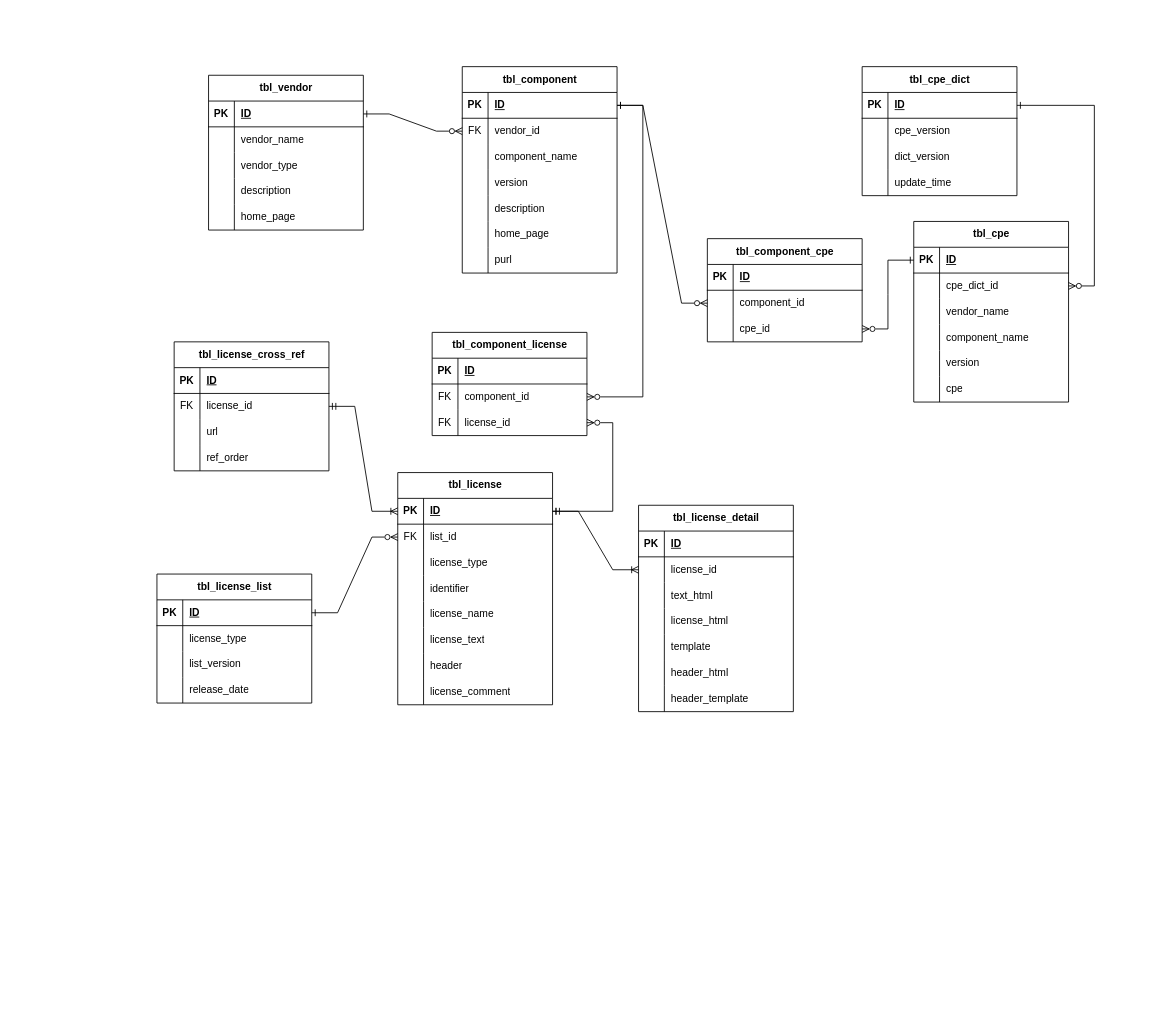
Above: sbom.drawio in twingao/flowchart (draw.io), before the change. Source tidied: cells renumbered, new cells numbered last; positions are measured from the earlier drawing's top-left corner, leaving out a move shared by most shapes. Both pictures are drawn from the tidied source at 86%, with x=0, y=0 at pixel (157, 66).
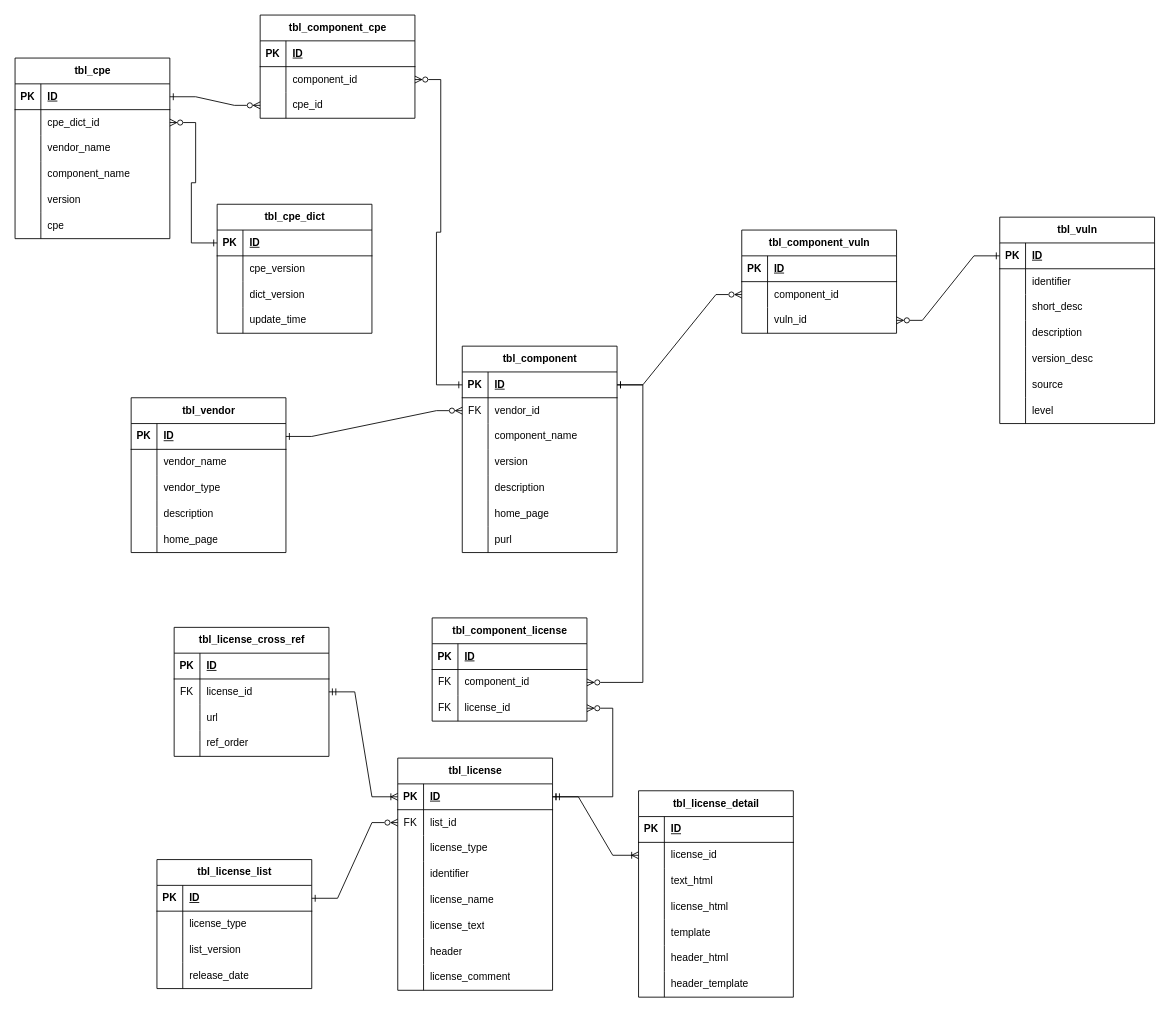
Above is the later version.

The change refers to these unchanged cells:
```xml
<mxCell id="19" style="shape=tableRow;horizontal=0;startSize=0;swimlaneHead=0;swimlaneBody=0;fillColor=none;points=[[0,0.5],[1,0.5]];portConstraint=eastwest;top=0;left=0;right=0;bottom=1;" parent="18" vertex="1">
  <mxGeometry y="30" width="180" height="30" as="geometry" />
</mxCell>
<mxCell id="41" style="shape=tableRow;horizontal=0;startSize=0;swimlaneHead=0;swimlaneBody=0;fillColor=none;points=[[0,0.5],[1,0.5]];portConstraint=eastwest;top=0;left=0;right=0;bottom=1;" parent="40" vertex="1">
  <mxGeometry y="30" width="180" height="30" as="geometry" />
</mxCell>
<mxCell id="57" style="shape=tableRow;horizontal=0;startSize=0;swimlaneHead=0;swimlaneBody=0;fillColor=none;points=[[0,0.5],[1,0.5]];portConstraint=eastwest;top=0;left=0;right=0;bottom=0;" parent="53" vertex="1">
  <mxGeometry y="60" width="180" height="30" as="geometry" />
</mxCell>
<mxCell id="130" style="shape=tableRow;horizontal=0;startSize=0;swimlaneHead=0;swimlaneBody=0;fillColor=none;points=[[0,0.5],[1,0.5]];portConstraint=eastwest;top=0;left=0;right=0;bottom=1;" parent="129" vertex="1">
  <mxGeometry y="30" width="180" height="30" as="geometry" />
</mxCell>
<mxCell id="133" style="shape=tableRow;horizontal=0;startSize=0;swimlaneHead=0;swimlaneBody=0;fillColor=none;points=[[0,0.5],[1,0.5]];portConstraint=eastwest;top=0;left=0;right=0;bottom=0;" parent="129" vertex="1">
  <mxGeometry y="60" width="180" height="30" as="geometry" />
</mxCell>
<mxCell id="149" style="shape=tableRow;horizontal=0;startSize=0;swimlaneHead=0;swimlaneBody=0;fillColor=none;points=[[0,0.5],[1,0.5]];portConstraint=eastwest;top=0;left=0;right=0;bottom=1;" parent="148" vertex="1">
  <mxGeometry y="30" width="180" height="30" as="geometry" />
</mxCell>
<mxCell id="168" style="shape=tableRow;horizontal=0;startSize=0;swimlaneHead=0;swimlaneBody=0;fillColor=none;points=[[0,0.5],[1,0.5]];portConstraint=eastwest;top=0;left=0;right=0;bottom=0;" parent="161" vertex="1">
  <mxGeometry y="90" width="180" height="30" as="geometry" />
</mxCell>
```

What changed in the source:
```diff
@@
     <mxCell id="2" value="tbl_vendor" style="shape=table;startSize=30;childLayout=tableLayout;rowLines=0;fontStyle=1;align=center;html=1;" parent="1" vertex="1">
-      <mxGeometry x="60" y="10" width="180" height="180" as="geometry" />
+      <mxGeometry x="-30" y="385" width="180" height="180" as="geometry" />
     </mxCell>
@@
     <mxCell id="18" value="tbl_component" style="shape=table;startSize=30;childLayout=tableLayout;rowLines=0;fontStyle=1;align=center;html=1;" parent="1" vertex="1">
-      <mxGeometry x="355" width="180" height="240" as="geometry" />
+      <mxGeometry x="355" y="325" width="180" height="240" as="geometry" />
     </mxCell>
@@
     <mxCell id="40" value="tbl_license_list" style="shape=table;startSize=30;childLayout=tableLayout;rowLines=0;fontStyle=1;align=center;html=1;" parent="1" vertex="1">
-      <mxGeometry y="590" width="180" height="150" as="geometry" />
+      <mxGeometry y="922" width="180" height="150" as="geometry" />
     </mxCell>
@@
     <mxCell id="53" value="tbl_license" style="shape=table;startSize=30;childLayout=tableLayout;rowLines=0;fontStyle=1;align=center;html=1;" parent="1" vertex="1">
-      <mxGeometry x="280" y="472" width="180" height="270" as="geometry" />
+      <mxGeometry x="280" y="804" width="180" height="270" as="geometry" />
     </mxCell>
@@
     <mxCell id="78" value="tbl_license_detail" style="shape=table;startSize=30;childLayout=tableLayout;rowLines=0;fontStyle=1;align=center;html=1;" parent="1" vertex="1">
-      <mxGeometry x="560" y="510" width="180" height="240" as="geometry" />
+      <mxGeometry x="560" y="842" width="180" height="240" as="geometry" />
     </mxCell>
@@
     <mxCell id="100" value="tbl_license_cross_ref" style="shape=table;startSize=30;childLayout=tableLayout;rowLines=0;fontStyle=1;align=center;html=1;" parent="1" vertex="1">
-      <mxGeometry x="20" y="320" width="180" height="150" as="geometry" />
+      <mxGeometry x="20" y="652" width="180" height="150" as="geometry" />
     </mxCell>
@@
     <mxCell id="115" value="tbl_component_license" style="shape=table;startSize=30;childLayout=tableLayout;rowLines=0;fontStyle=1;align=center;html=1;" parent="1" vertex="1">
-      <mxGeometry x="320" y="309" width="180" height="120" as="geometry" />
+      <mxGeometry x="320" y="641" width="180" height="120" as="geometry" />
     </mxCell>
@@
     <mxCell id="127" style="edgeStyle=entityRelationEdgeStyle;fontSize=12;html=1;endArrow=ERone;startArrow=ERzeroToMany;rounded=0;startFill=0;endFill=0;" parent="1" edge="1" source="57" target="41">
       <mxGeometry relative="1" as="geometry">
         <Array as="points">
-          <mxPoint x="230" y="550" />
+          <mxPoint x="230" y="882" />
         </Array>
       </mxGeometry>
     </mxCell>
@@
     <mxCell id="129" value="tbl_cpe" style="shape=table;startSize=30;childLayout=tableLayout;rowLines=0;fontStyle=1;align=center;html=1;" parent="1" vertex="1">
-      <mxGeometry x="880" y="180" width="180" height="210" as="geometry" />
+      <mxGeometry x="-165" y="-10" width="180" height="210" as="geometry" />
     </mxCell>
@@
     <mxCell id="148" value="tbl_cpe_dict" style="shape=table;startSize=30;childLayout=tableLayout;rowLines=0;fontStyle=1;align=center;html=1;" parent="1" vertex="1">
-      <mxGeometry x="820" width="180" height="150" as="geometry" />
+      <mxGeometry x="70" y="160" width="180" height="150" as="geometry" />
     </mxCell>
@@
     <mxCell id="161" value="tbl_component_cpe" style="shape=table;startSize=30;childLayout=tableLayout;rowLines=0;fontStyle=1;align=center;html=1;" parent="1" vertex="1">
-      <mxGeometry x="640" y="200" width="180" height="120" as="geometry" />
+      <mxGeometry x="120" y="-60" width="180" height="120" as="geometry" />
     </mxCell>
@@
     <mxCell id="172" style="edgeStyle=entityRelationEdgeStyle;fontSize=12;html=1;endArrow=ERone;startArrow=ERzeroToMany;rounded=0;startFill=0;endFill=0;" parent="1" edge="1" source="168" target="130">
       <mxGeometry relative="1" as="geometry">
         <Array as="points">
-          <mxPoint x="1050" y="323" />
-          <mxPoint x="840" y="290" />
+          <mxPoint x="915" y="323" />
+          <mxPoint x="705" y="290" />
         </Array>
       </mxGeometry>
     </mxCell>
     <mxCell id="173" style="edgeStyle=entityRelationEdgeStyle;fontSize=12;html=1;endArrow=ERone;startArrow=ERzeroToMany;rounded=0;startFill=0;endFill=0;" parent="1" edge="1" source="133" target="149">
       <mxGeometry relative="1" as="geometry">
         <Array as="points">
-          <mxPoint x="900" y="443" />
+          <mxPoint x="765" y="443" />
         </Array>
       </mxGeometry>
     </mxCell>
+    <mxCell id="174" value="tbl_vuln" style="shape=table;startSize=30;childLayout=tableLayout;rowLines=0;fontStyle=1;align=center;html=1;" parent="1" vertex="1">
+      <mxGeometry x="980" y="175" width="180" height="240" as="geometry" />
+    </mxCell>
+    <mxCell id="175" style="shape=tableRow;horizontal=0;startSize=0;swimlaneHead=0;swimlaneBody=0;fillColor=none;points=[[0,0.5],[1,0.5]];portConstraint=eastwest;top=0;left=0;right=0;bottom=1;" parent="174" vertex="1">
+      <mxGeometry y="30" width="180" height="30" as="geometry" />
+    </mxCell>
+    <mxCell id="176" value="PK" style="shape=partialRectangle;fillColor=none;top=0;left=0;bottom=0;right=0;fontStyle=1;overflow=hidden;whiteSpace=wrap;html=1;" parent="175" vertex="1">
+      <mxGeometry width="30" height="30" as="geometry" />
+    </mxCell>
+    <mxCell id="177" value="ID" style="shape=partialRectangle;fillColor=none;top=0;left=0;bottom=0;right=0;align=left;spacingLeft=6;fontStyle=5;overflow=hidden;whiteSpace=wrap;html=1;" parent="175" vertex="1">
+      <mxGeometry x="30" width="150" height="30" as="geometry" />
+    </mxCell>
+    <mxCell id="178" style="shape=tableRow;horizontal=0;startSize=0;swimlaneHead=0;swimlaneBody=0;fillColor=none;top=0;left=0;right=0;bottom=0;" parent="174" vertex="1">
+      <mxGeometry y="60" width="180" height="30" as="geometry" />
+    </mxCell>
+    <mxCell id="179" style="shape=partialRectangle;fillColor=none;top=0;left=0;bottom=0;right=0;overflow=hidden;whiteSpace=wrap;html=1;" parent="178" vertex="1">
+      <mxGeometry width="30" height="30" as="geometry" />
+    </mxCell>
+    <mxCell id="180" value="identifier" style="shape=partialRectangle;fillColor=none;top=0;left=0;bottom=0;right=0;align=left;spacingLeft=6;overflow=hidden;whiteSpace=wrap;html=1;" parent="178" vertex="1">
+      <mxGeometry x="30" width="150" height="30" as="geometry" />
+    </mxCell>
+    <mxCell id="181" style="shape=tableRow;horizontal=0;startSize=0;swimlaneHead=0;swimlaneBody=0;fillColor=none;top=0;left=0;right=0;bottom=0;" parent="174" vertex="1">
+      <mxGeometry y="90" width="180" height="30" as="geometry" />
+    </mxCell>
+    <mxCell id="182" style="shape=partialRectangle;fillColor=none;top=0;left=0;bottom=0;right=0;overflow=hidden;whiteSpace=wrap;html=1;" parent="181" vertex="1">
+      <mxGeometry width="30" height="30" as="geometry" />
+    </mxCell>
+    <mxCell id="183" value="short_desc" style="shape=partialRectangle;fillColor=none;top=0;left=0;bottom=0;right=0;align=left;spacingLeft=6;overflow=hidden;whiteSpace=wrap;html=1;" parent="181" vertex="1">
+      <mxGeometry x="30" width="150" height="30" as="geometry" />
+    </mxCell>
+    <mxCell id="184" style="shape=tableRow;horizontal=0;startSize=0;swimlaneHead=0;swimlaneBody=0;fillColor=none;top=0;left=0;right=0;bottom=0;" parent="174" vertex="1">
+      <mxGeometry y="120" width="180" height="30" as="geometry" />
+    </mxCell>
+    <mxCell id="185" style="shape=partialRectangle;fillColor=none;top=0;left=0;bottom=0;right=0;overflow=hidden;whiteSpace=wrap;html=1;" parent="184" vertex="1">
+      <mxGeometry width="30" height="30" as="geometry" />
+    </mxCell>
+    <mxCell id="186" value="description" style="shape=partialRectangle;fillColor=none;top=0;left=0;bottom=0;right=0;align=left;spacingLeft=6;overflow=hidden;whiteSpace=wrap;html=1;" parent="184" vertex="1">
+      <mxGeometry x="30" width="150" height="30" as="geometry" />
+    </mxCell>
+    <mxCell id="187" style="shape=tableRow;horizontal=0;startSize=0;swimlaneHead=0;swimlaneBody=0;fillColor=none;top=0;left=0;right=0;bottom=0;" parent="174" vertex="1">
+      <mxGeometry y="150" width="180" height="30" as="geometry" />
+    </mxCell>
+    <mxCell id="188" style="shape=partialRectangle;fillColor=none;top=0;left=0;bottom=0;right=0;overflow=hidden;whiteSpace=wrap;html=1;" parent="187" vertex="1">
+      <mxGeometry width="30" height="30" as="geometry" />
+    </mxCell>
+    <mxCell id="189" value="version_desc" style="shape=partialRectangle;fillColor=none;top=0;left=0;bottom=0;right=0;align=left;spacingLeft=6;overflow=hidden;whiteSpace=wrap;html=1;" parent="187" vertex="1">
+      <mxGeometry x="30" width="150" height="30" as="geometry" />
+    </mxCell>
+    <mxCell id="190" style="shape=tableRow;horizontal=0;startSize=0;swimlaneHead=0;swimlaneBody=0;fillColor=none;top=0;left=0;right=0;bottom=0;" parent="174" vertex="1">
+      <mxGeometry y="180" width="180" height="30" as="geometry" />
+    </mxCell>
+    <mxCell id="191" style="shape=partialRectangle;fillColor=none;top=0;left=0;bottom=0;right=0;overflow=hidden;whiteSpace=wrap;html=1;" parent="190" vertex="1">
+      <mxGeometry width="30" height="30" as="geometry" />
+    </mxCell>
+    <mxCell id="192" value="source" style="shape=partialRectangle;fillColor=none;top=0;left=0;bottom=0;right=0;align=left;spacingLeft=6;overflow=hidden;whiteSpace=wrap;html=1;" parent="190" vertex="1">
+      <mxGeometry x="30" width="150" height="30" as="geometry" />
+    </mxCell>
+    <mxCell id="193" style="shape=tableRow;horizontal=0;startSize=0;swimlaneHead=0;swimlaneBody=0;fillColor=none;top=0;left=0;right=0;bottom=0;" parent="174" vertex="1">
+      <mxGeometry y="210" width="180" height="30" as="geometry" />
+    </mxCell>
+    <mxCell id="194" style="shape=partialRectangle;fillColor=none;top=0;left=0;bottom=0;right=0;overflow=hidden;whiteSpace=wrap;html=1;" parent="193" vertex="1">
+      <mxGeometry width="30" height="30" as="geometry" />
+    </mxCell>
+    <mxCell id="195" value="level" style="shape=partialRectangle;fillColor=none;top=0;left=0;bottom=0;right=0;align=left;spacingLeft=6;overflow=hidden;whiteSpace=wrap;html=1;" parent="193" vertex="1">
+      <mxGeometry x="30" width="150" height="30" as="geometry" />
+    </mxCell>
+    <mxCell id="196" value="tbl_component_vuln" style="shape=table;startSize=30;childLayout=tableLayout;rowLines=0;fontStyle=1;align=center;html=1;" parent="1" vertex="1">
+      <mxGeometry x="680" y="190" width="180" height="120" as="geometry" />
+    </mxCell>
+    <mxCell id="197" style="shape=tableRow;horizontal=0;startSize=0;swimlaneHead=0;swimlaneBody=0;fillColor=none;top=0;left=0;right=0;bottom=1;" parent="196" vertex="1">
+      <mxGeometry y="30" width="180" height="30" as="geometry" />
+    </mxCell>
+    <mxCell id="198" value="PK" style="shape=partialRectangle;fillColor=none;top=0;left=0;bottom=0;right=0;fontStyle=1;overflow=hidden;whiteSpace=wrap;html=1;" parent="197" vertex="1">
+      <mxGeometry width="30" height="30" as="geometry" />
+    </mxCell>
+    <mxCell id="199" value="ID" style="shape=partialRectangle;fillColor=none;top=0;left=0;bottom=0;right=0;align=left;spacingLeft=6;fontStyle=5;overflow=hidden;whiteSpace=wrap;html=1;" parent="197" vertex="1">
+      <mxGeometry x="30" width="150" height="30" as="geometry" />
+    </mxCell>
+    <mxCell id="200" style="shape=tableRow;horizontal=0;startSize=0;swimlaneHead=0;swimlaneBody=0;fillColor=none;points=[[0,0.5],[1,0.5]];portConstraint=eastwest;top=0;left=0;right=0;bottom=0;" parent="196" vertex="1">
+      <mxGeometry y="60" width="180" height="30" as="geometry" />
+    </mxCell>
+    <mxCell id="201" style="shape=partialRectangle;fillColor=none;top=0;left=0;bottom=0;right=0;overflow=hidden;whiteSpace=wrap;html=1;" parent="200" vertex="1">
+      <mxGeometry width="30" height="30" as="geometry" />
+    </mxCell>
+    <mxCell id="202" value="component_id" style="shape=partialRectangle;fillColor=none;top=0;left=0;bottom=0;right=0;align=left;spacingLeft=6;overflow=hidden;whiteSpace=wrap;html=1;" parent="200" vertex="1">
+      <mxGeometry x="30" width="150" height="30" as="geometry" />
+    </mxCell>
+    <mxCell id="203" style="shape=tableRow;horizontal=0;startSize=0;swimlaneHead=0;swimlaneBody=0;fillColor=none;points=[[0,0.5],[1,0.5]];portConstraint=eastwest;top=0;left=0;right=0;bottom=0;" parent="196" vertex="1">
+      <mxGeometry y="90" width="180" height="30" as="geometry" />
+    </mxCell>
+    <mxCell id="204" style="shape=partialRectangle;fillColor=none;top=0;left=0;bottom=0;right=0;overflow=hidden;whiteSpace=wrap;html=1;" parent="203" vertex="1">
+      <mxGeometry width="30" height="30" as="geometry" />
+    </mxCell>
+    <mxCell id="205" value="vuln_id" style="shape=partialRectangle;fillColor=none;top=0;left=0;bottom=0;right=0;align=left;spacingLeft=6;overflow=hidden;whiteSpace=wrap;html=1;" parent="203" vertex="1">
+      <mxGeometry x="30" width="150" height="30" as="geometry" />
+    </mxCell>
+    <mxCell id="206" style="edgeStyle=entityRelationEdgeStyle;fontSize=12;html=1;endArrow=ERone;startArrow=ERzeroToMany;rounded=0;startFill=0;endFill=0;" parent="1" edge="1" source="200" target="19">
+      <mxGeometry relative="1" as="geometry" />
+    </mxCell>
+    <mxCell id="207" style="edgeStyle=entityRelationEdgeStyle;fontSize=12;html=1;endArrow=ERone;startArrow=ERzeroToMany;rounded=0;startFill=0;endFill=0;" parent="1" edge="1" source="203" target="175">
+      <mxGeometry relative="1" as="geometry">
+        <Array as="points">
+          <mxPoint x="1670" y="688" />
+          <mxPoint x="1460" y="655" />
+        </Array>
+      </mxGeometry>
+    </mxCell>
```
